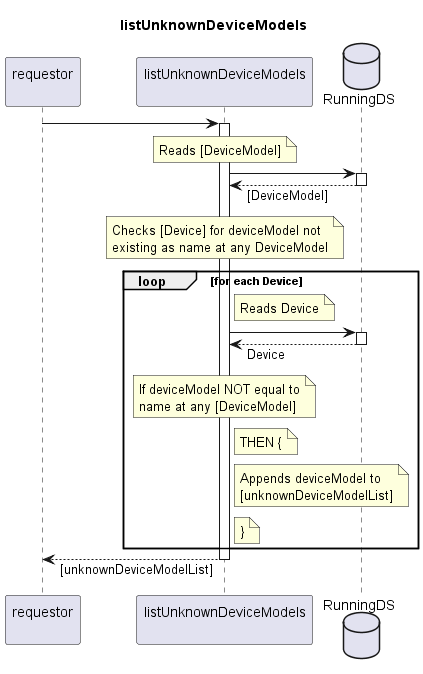
openBackhaul/FirmWareManager keeps this PlantUML diagram as spec/Services/listUnknownDeviceModels/1.0.0/listUnknownDeviceModels.png. Above is the earlier version.
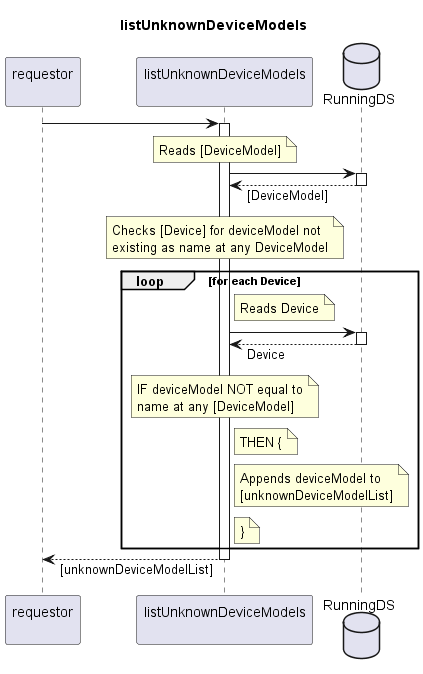
The same diagram one commit later.

Change to the diagram source:
```diff
@@ -33,7 +33,7 @@
     indServ <-- RunDS: Device
     deactivate RunDS
     note over indServ
-      If deviceModel NOT equal to
+      IF deviceModel NOT equal to
       name at any [DeviceModel]
     end note
     note right indServ
```
